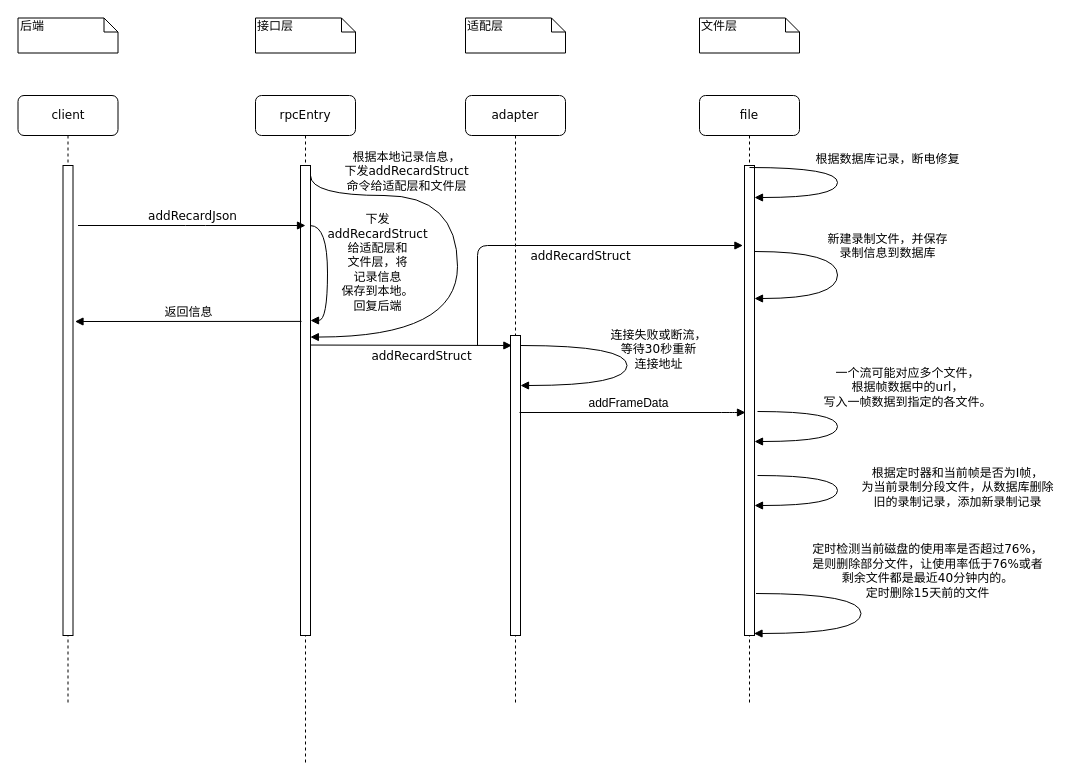
Above: lookUpLessonSequenceDiagram.drawio in huangPeiLc/drawio (draw.io), before the change. Source tidied: cells renumbered, new cells numbered last; positions are measured from the earlier drawing's top-left corner, leaving out a move shared by most shapes. Both pictures are drawn from the tidied source at 100%, with x=0, y=0 at pixel (17, 17).
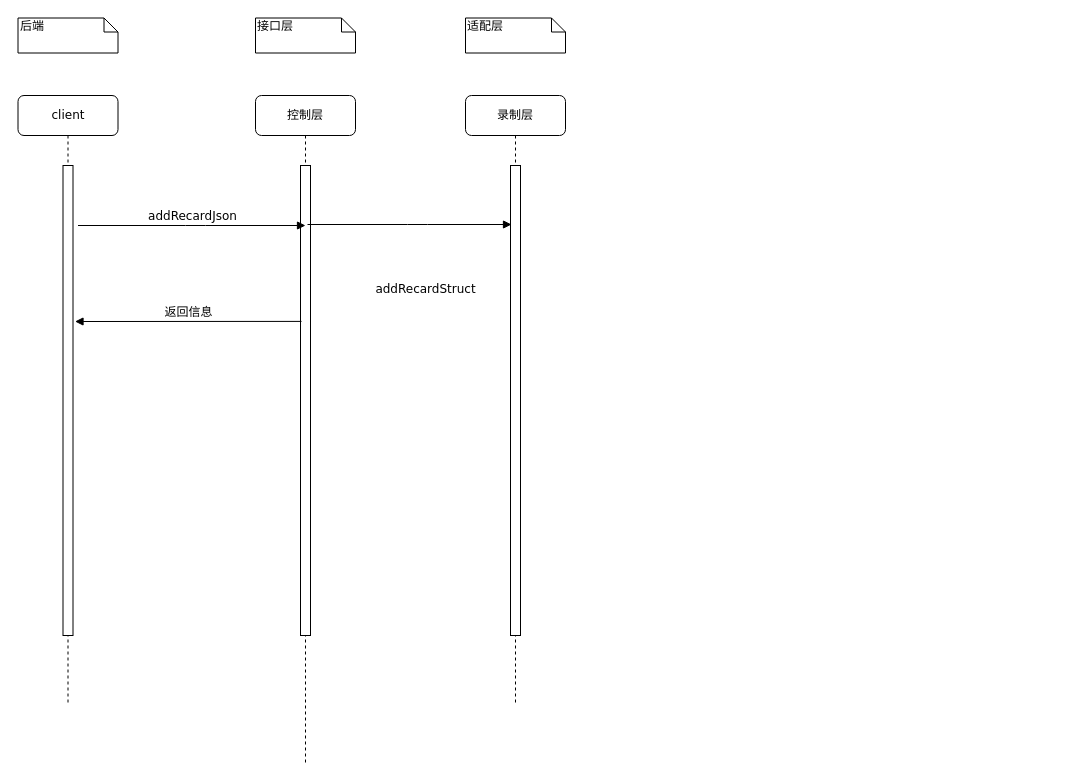
After the change.

The change refers to these unchanged cells:
```xml
<mxCell id="8" style="html=1;points=[];perimeter=orthogonalPerimeter;rounded=0;shadow=0;comic=0;labelBackgroundColor=none;strokeColor=#000000;strokeWidth=1;fillColor=#FFFFFF;fontFamily=Verdana;fontSize=12;fontColor=#000000;align=center;" parent="7" vertex="1">
  <mxGeometry x="45" y="70" width="10" height="470" as="geometry" />
</mxCell>
```

The edit, as a diff of the source:
```diff
@@
-    <mxCell id="2" value="adapter" style="shape=umlLifeline;perimeter=lifelinePerimeter;whiteSpace=wrap;html=1;rounded=1;shadow=0;comic=0;labelBackgroundColor=none;strokeColor=#000000;strokeWidth=1;fillColor=#FFFFFF;fontFamily=Verdana;fontSize=12;fontColor=#000000;align=center;" parent="1" vertex="1">
+    <mxCell id="2" value="录制层" style="shape=umlLifeline;perimeter=lifelinePerimeter;whiteSpace=wrap;html=1;rounded=1;shadow=0;comic=0;labelBackgroundColor=none;strokeColor=#000000;strokeWidth=1;fillColor=#FFFFFF;fontFamily=Verdana;fontSize=12;fontColor=#000000;align=center;" parent="1" vertex="1">
       <mxGeometry x="448" y="78" width="100" height="610" as="geometry" />
     </mxCell>
     <mxCell id="3" style="html=1;points=[];perimeter=orthogonalPerimeter;rounded=0;shadow=0;comic=0;labelBackgroundColor=none;strokeColor=#000000;strokeWidth=1;fillColor=#FFFFFF;fontFamily=Verdana;fontSize=12;fontColor=#000000;align=center;" parent="2" vertex="1">
-      <mxGeometry x="45" y="240" width="10" height="300" as="geometry" />
+      <mxGeometry x="45" y="70" width="10" height="470" as="geometry" />
     </mxCell>
-    <mxCell id="4" value="file" style="shape=umlLifeline;perimeter=lifelinePerimeter;whiteSpace=wrap;html=1;rounded=1;shadow=0;comic=0;labelBackgroundColor=none;strokeColor=#000000;strokeWidth=1;fillColor=#FFFFFF;fontFamily=Verdana;fontSize=12;fontColor=#000000;align=center;" parent="1" vertex="1">
-      <mxGeometry x="682" y="78" width="100" height="610" as="geometry" />
-    </mxCell>
-    <mxCell id="5" style="html=1;points=[];perimeter=orthogonalPerimeter;rounded=0;shadow=0;comic=0;labelBackgroundColor=none;strokeColor=#000000;strokeWidth=1;fillColor=#FFFFFF;fontFamily=Verdana;fontSize=12;fontColor=#000000;align=center;" parent="4" vertex="1">
-      <mxGeometry x="45" y="70" width="10" height="470" as="geometry" />
-    </mxCell>
-    <mxCell id="6" value="&lt;div&gt;新建录制文件，并保存&lt;/div&gt;&lt;div&gt;录制信息到数据库&lt;/div&gt;&lt;div&gt;&lt;br&gt;&lt;/div&gt;" style="html=1;verticalAlign=bottom;endArrow=block;labelBackgroundColor=none;fontFamily=Verdana;fontSize=12;elbow=vertical;edgeStyle=orthogonalEdgeStyle;curved=1;" parent="4" edge="1">
-      <mxGeometry x="0.22" y="-54" relative="1" as="geometry">
-        <mxPoint x="55" y="156" as="sourcePoint" />
-        <mxPoint x="55" y="203" as="targetPoint" />
-        <Array as="points">
-          <mxPoint x="138" y="156" />
-          <mxPoint x="138" y="203" />
-        </Array>
-        <mxPoint x="50" y="33" as="offset" />
-      </mxGeometry>
-    </mxCell>
-    <mxCell id="7" value="rpcEntry" style="shape=umlLifeline;perimeter=lifelinePerimeter;whiteSpace=wrap;html=1;rounded=1;shadow=0;comic=0;labelBackgroundColor=none;strokeColor=#000000;strokeWidth=1;fillColor=#FFFFFF;fontFamily=Verdana;fontSize=12;fontColor=#000000;align=center;" parent="1" vertex="1">
+    <mxCell id="7" value="控制层" style="shape=umlLifeline;perimeter=lifelinePerimeter;whiteSpace=wrap;html=1;rounded=1;shadow=0;comic=0;labelBackgroundColor=none;strokeColor=#000000;strokeWidth=1;fillColor=#FFFFFF;fontFamily=Verdana;fontSize=12;fontColor=#000000;align=center;" parent="1" vertex="1">
       <mxGeometry x="238" y="78" width="100" height="670" as="geometry" />
     </mxCell>
@@
-    <mxCell id="9" value="&lt;div&gt;下发&lt;/div&gt;&lt;div&gt;addRecardStruct&lt;br&gt;&lt;/div&gt;&lt;div&gt;给适配层和&lt;/div&gt;&lt;div&gt;文件层，将&lt;/div&gt;&lt;div&gt;记录信息&lt;/div&gt;&lt;div&gt;保存到本地。&lt;/div&gt;&lt;div&gt;回复后端&lt;br&gt;&lt;/div&gt;" style="html=1;verticalAlign=bottom;endArrow=block;labelBackgroundColor=none;fontFamily=Verdana;fontSize=12;elbow=vertical;edgeStyle=orthogonalEdgeStyle;curved=1;exitX=1;exitY=0.298;exitDx=0;exitDy=0;exitPerimeter=0;" parent="7" edge="1">
-      <mxGeometry x="0.73" y="-50" relative="1" as="geometry">
-        <mxPoint x="54.9" y="130.1" as="sourcePoint" />
-        <mxPoint x="55" y="225" as="targetPoint" />
-        <Array as="points">
-          <mxPoint x="72" y="130" />
-          <mxPoint x="72" y="225" />
-        </Array>
-        <mxPoint x="50" y="45" as="offset" />
-      </mxGeometry>
-    </mxCell>
-    <mxCell id="10" value="&lt;div&gt;根据本地记录信息，&lt;/div&gt;&lt;div&gt;下发addRecardStruct&lt;br&gt;&lt;/div&gt;&lt;div&gt;命令给适配层和文件层&lt;br&gt;&lt;/div&gt;" style="html=1;verticalAlign=bottom;endArrow=block;labelBackgroundColor=none;fontFamily=Verdana;fontSize=12;elbow=vertical;edgeStyle=orthogonalEdgeStyle;curved=1;entryX=0.986;entryY=0.365;entryDx=0;entryDy=0;entryPerimeter=0;" parent="7" edge="1" target="8">
-      <mxGeometry x="-0.49" relative="1" as="geometry">
-        <mxPoint x="55" y="80" as="sourcePoint" />
-        <Array as="points">
-          <mxPoint x="55" y="100" />
-          <mxPoint x="202" y="100" />
-          <mxPoint x="202" y="242" />
-        </Array>
-      </mxGeometry>
-    </mxCell>
-    <mxCell id="11" value="addRecardStruct" style="html=1;verticalAlign=bottom;endArrow=block;labelBackgroundColor=none;fontFamily=Verdana;fontSize=12;edgeStyle=elbowEdgeStyle;elbow=vertical;exitX=0.986;exitY=0.382;exitDx=0;exitDy=0;exitPerimeter=0;entryX=0.138;entryY=0.035;entryDx=0;entryDy=0;entryPerimeter=0;" parent="1" edge="1" source="8" target="3">
-      <mxGeometry x="0.11" y="-20" relative="1" as="geometry" />
+    <mxCell id="11" value="addRecardStruct" style="html=1;verticalAlign=bottom;endArrow=block;labelBackgroundColor=none;fontFamily=Verdana;fontSize=12;edgeStyle=elbowEdgeStyle;elbow=vertical;entryX=0.138;entryY=0.035;entryDx=0;entryDy=0;entryPerimeter=0;" parent="1" edge="1">
+      <mxGeometry x="0.16" y="-74" relative="1" as="geometry">
+        <mxPoint x="290" y="207" as="sourcePoint" />
+        <mxPoint x="494" y="207" as="targetPoint" />
+        <Array as="points">
+          <mxPoint x="400" y="207" />
+        </Array>
+      </mxGeometry>
     </mxCell>
@@
-    <mxCell id="14" value="文件层" style="shape=note;whiteSpace=wrap;html=1;size=14;verticalAlign=top;align=left;spacingTop=-6;rounded=0;shadow=0;comic=0;labelBackgroundColor=none;strokeColor=#000000;strokeWidth=1;fillColor=#FFFFFF;fontFamily=Verdana;fontSize=12;fontColor=#000000;" parent="1" vertex="1">
-      <mxGeometry x="682" y="0.5" width="100" height="35" as="geometry" />
-    </mxCell>
@@
-    <mxCell id="19" value="根据数据库记录，断电修复" style="html=1;verticalAlign=bottom;endArrow=block;labelBackgroundColor=none;fontFamily=Verdana;fontSize=12;elbow=vertical;edgeStyle=orthogonalEdgeStyle;curved=1;" parent="1" edge="1">
-      <mxGeometry x="-0.11" y="50" relative="1" as="geometry">
-        <mxPoint x="732" y="150" as="sourcePoint" />
-        <mxPoint x="737" y="180" as="targetPoint" />
-        <Array as="points">
-          <mxPoint x="820" y="150" />
-          <mxPoint x="820" y="180" />
-        </Array>
-      </mxGeometry>
-    </mxCell>
-    <mxCell id="20" value="&lt;div&gt;一个流可能对应多个文件，&lt;/div&gt;&lt;div&gt;根据帧数据中的url，&lt;/div&gt;&lt;div&gt;写入一帧数据到指定的各文件。&lt;/div&gt;" style="html=1;verticalAlign=bottom;endArrow=block;labelBackgroundColor=none;fontFamily=Verdana;fontSize=12;elbow=vertical;edgeStyle=orthogonalEdgeStyle;curved=1;" parent="1" edge="1">
-      <mxGeometry x="-0.17" y="70" relative="1" as="geometry">
-        <mxPoint x="740" y="394" as="sourcePoint" />
-        <mxPoint x="737" y="424" as="targetPoint" />
-        <Array as="points">
-          <mxPoint x="820" y="394" />
-          <mxPoint x="820" y="424" />
-        </Array>
-      </mxGeometry>
-    </mxCell>
-    <mxCell id="21" value="&lt;div&gt;连接失败或断流，&lt;/div&gt;&lt;div&gt;等待30秒重新&lt;/div&gt;&lt;div&gt;连接地址&lt;/div&gt;" style="html=1;verticalAlign=bottom;endArrow=block;labelBackgroundColor=none;fontFamily=Verdana;fontSize=12;elbow=vertical;edgeStyle=orthogonalEdgeStyle;curved=1;" parent="1" edge="1">
-      <mxGeometry x="0.06" y="31" relative="1" as="geometry">
-        <mxPoint x="503.5" y="328" as="sourcePoint" />
-        <mxPoint x="503" y="368" as="targetPoint" />
-        <Array as="points">
-          <mxPoint x="503.5" y="328" />
-          <mxPoint x="609.5" y="328" />
-          <mxPoint x="609.5" y="368" />
-        </Array>
-      </mxGeometry>
-    </mxCell>
-    <mxCell id="22" value="&lt;div&gt;定时检测当前磁盘的使用率是否超过76%，&lt;/div&gt;&lt;div&gt;是则删除部分文件，让使用率低于76%或者&lt;/div&gt;&lt;div&gt;剩余文件都是最近40分钟内的。&lt;/div&gt;&lt;div&gt;定时删除15天前的文件&lt;br&gt;&lt;/div&gt;" style="html=1;verticalAlign=bottom;endArrow=block;labelBackgroundColor=none;fontFamily=Verdana;fontSize=12;elbow=vertical;edgeStyle=orthogonalEdgeStyle;curved=1;" parent="1" edge="1">
-      <mxGeometry x="-0.17" y="-67" relative="1" as="geometry">
-        <mxPoint x="738.5" y="576" as="sourcePoint" />
-        <mxPoint x="736.5" y="616" as="targetPoint" />
-        <Array as="points">
-          <mxPoint x="843.5" y="576" />
-          <mxPoint x="843.5" y="616" />
-        </Array>
-        <mxPoint x="133" y="9" as="offset" />
-      </mxGeometry>
-    </mxCell>
-    <mxCell id="23" style="html=1;verticalAlign=bottom;endArrow=block;labelBackgroundColor=none;fontFamily=Verdana;fontSize=12;edgeStyle=elbowEdgeStyle;elbow=vertical;" parent="1" edge="1">
-      <mxGeometry x="-0.14" y="-20" relative="1" as="geometry">
-        <mxPoint x="502" y="395" as="sourcePoint" />
-        <mxPoint x="728" y="395" as="targetPoint" />
-        <Array as="points">
-          <mxPoint x="714" y="395" />
-          <mxPoint x="664" y="398" />
-          <mxPoint x="694" y="405" />
-        </Array>
-      </mxGeometry>
-    </mxCell>
-    <mxCell id="24" value="addFrameData " style="text;html=1;align=center;verticalAlign=middle;labelBackgroundColor=#ffffff;" parent="23" vertex="1">
-      <mxGeometry x="0.88" y="-109" relative="1" as="geometry">
-        <mxPoint x="-104" y="-119" as="offset" />
-      </mxGeometry>
-    </mxCell>
@@
-    <mxCell id="26" value="&lt;div&gt;根据定时器和当前帧是否为I帧，&lt;/div&gt;&lt;div&gt;为当前录制分段文件，从数据库删除&lt;/div&gt;&lt;div&gt;旧的录制记录，添加新录制记录&lt;br&gt;&lt;/div&gt;" style="html=1;verticalAlign=bottom;endArrow=block;labelBackgroundColor=none;fontFamily=Verdana;fontSize=12;elbow=vertical;edgeStyle=orthogonalEdgeStyle;curved=1;" parent="1" edge="1">
-      <mxGeometry x="0.14" y="120" relative="1" as="geometry">
-        <mxPoint x="740" y="458" as="sourcePoint" />
-        <mxPoint x="737" y="488" as="targetPoint" />
-        <Array as="points">
-          <mxPoint x="820" y="458" />
-          <mxPoint x="820" y="488" />
-        </Array>
-        <mxPoint x="120" y="-114" as="offset" />
-      </mxGeometry>
-    </mxCell>
-    <mxCell id="27" value="addRecardStruct" style="html=1;verticalAlign=bottom;endArrow=block;labelBackgroundColor=none;fontFamily=Verdana;fontSize=12;edgeStyle=elbowEdgeStyle;elbow=vertical;entryX=-0.157;entryY=0.171;entryDx=0;entryDy=0;entryPerimeter=0;" parent="1" edge="1" target="5">
-      <mxGeometry x="0.11" y="-20" relative="1" as="geometry">
-        <mxPoint x="460" y="328" as="sourcePoint" />
-        <Array as="points">
-          <mxPoint x="590" y="228" />
-        </Array>
-      </mxGeometry>
-    </mxCell>
```
